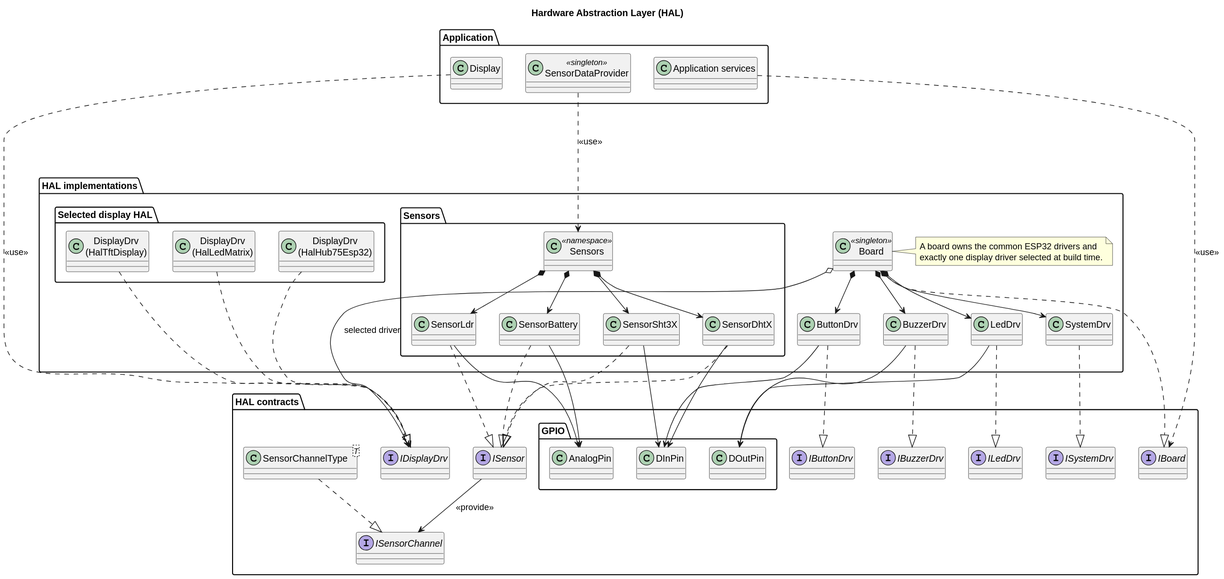
Earlier version of the PlantUML export doc/architecture/svg/hal.svg (BlueAndi/Pixelix). Source of this version:
```plantuml
@startuml
title Hardware Abstraction Layer (HAL)

package "HAL contracts" as contractsPkg {

    package "GPIO" as gpioPkg {
        class "DOutPin" as dOutPin
        class "DInPin" as dInPin
        class "AnalogPin" as analogPin
    }

    interface "IBoard" as iBoard
    interface "IDisplayDrv" as iDisplayDrv
    interface "IButtonDrv" as iButtonDrv
    interface "IBuzzerDrv" as iBuzzerDrv
    interface "ILedDrv" as iLedDrv
    interface "ISystemDrv" as iSystemDrv
    interface "ISensor" as iSensor
    interface "ISensorChannel" as iSensorChannel

    class "SensorChannelType<T>" as sensorChannelType
    sensorChannelType ..|> iSensorChannel
    iSensor --> iSensorChannel: <<provide>>
}

package "HAL implementations" as halPkg {

    class "Board" as board <<singleton>>
    class "ButtonDrv" as buttonDrv
    class "BuzzerDrv" as buzzerDrv
    class "LedDrv" as ledDrv
    class "SystemDrv" as systemDrv

    package "Selected display HAL" as displayHalPkg {
        class "DisplayDrv\n(HalLedMatrix)" as ledMatrixDisplayDrv
        class "DisplayDrv\n(HalHub75Esp32)" as hub75DisplayDrv
        class "DisplayDrv\n(HalTftDisplay)" as tftDisplayDrv
    }

    package "Sensors" as sensorsPkg {
        class "Sensors" as sensors <<namespace>>
        class "SensorBattery" as sensorBattery
        class "SensorDhtX" as sensorDhtX
        class "SensorLdr" as sensorLdr
        class "SensorSht3X" as sensorSht3X
    }

    note right of board
        A board owns the common ESP32 drivers and
        exactly one display driver selected at build time.
    end note

    board ..|> iBoard
    board *--> buttonDrv
    board *--> buzzerDrv
    board *--> ledDrv
    board *--> systemDrv
    board o--> "1" iDisplayDrv: selected driver

    buttonDrv ..|> iButtonDrv
    buzzerDrv ..|> iBuzzerDrv
    ledDrv ..|> iLedDrv
    systemDrv ..|> iSystemDrv
    ledMatrixDisplayDrv ..|> iDisplayDrv
    hub75DisplayDrv ..|> iDisplayDrv
    tftDisplayDrv ..|> iDisplayDrv

    buttonDrv --> dInPin
    buzzerDrv --> dOutPin
    ledDrv --> dOutPin
    sensorBattery --> analogPin
    sensorDhtX --> dInPin
    sensorLdr --> analogPin
    sensorSht3X --> dInPin

    sensors *--> sensorBattery
    sensors *--> sensorDhtX
    sensors *--> sensorLdr
    sensors *--> sensorSht3X
    sensorBattery ..|> iSensor
    sensorDhtX ..|> iSensor
    sensorLdr ..|> iSensor
    sensorSht3X ..|> iSensor
}

package "Application" as appPkg {
    class "Display" as display
    class "SensorDataProvider" as sensorDataProvider <<singleton>>
    class "Application services" as app
}

display ....> iDisplayDrv: <<use>>
app ....> iBoard: <<use>>
sensorDataProvider ...> sensors: <<use>>
@enduml
```
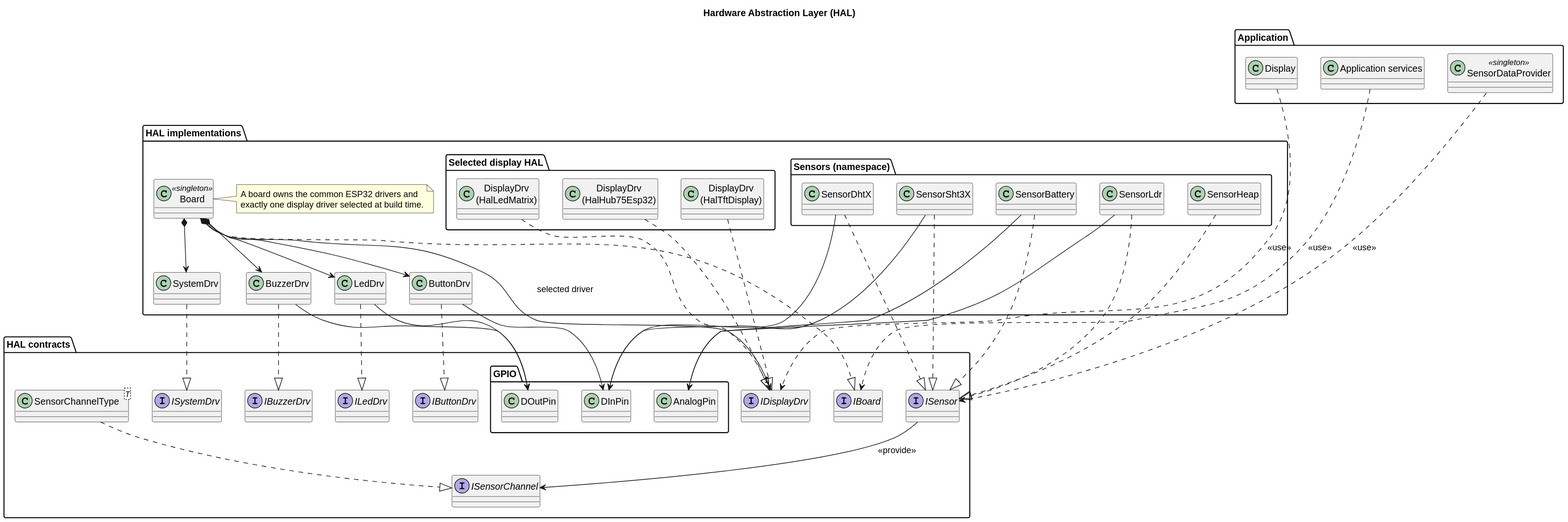
The same diagram one commit later.

Diff of the diagram source:
```diff
@@ -1,5 +1,6 @@
 @startuml
 title Hardware Abstraction Layer (HAL)
+
 
 package "HAL contracts" as contractsPkg {
 
@@ -37,10 +38,10 @@
         class "DisplayDrv\n(HalTftDisplay)" as tftDisplayDrv
     }
 
-    package "Sensors" as sensorsPkg {
-        class "Sensors" as sensors <<namespace>>
+    package "Sensors (namespace)" as sensorsPkg {
         class "SensorBattery" as sensorBattery
         class "SensorDhtX" as sensorDhtX
+        class "SensorHeap" as sensorHeap
         class "SensorLdr" as sensorLdr
         class "SensorSht3X" as sensorSht3X
     }
@@ -73,14 +74,11 @@
     sensorLdr --> analogPin
     sensorSht3X --> dInPin
 
-    sensors *--> sensorBattery
-    sensors *--> sensorDhtX
-    sensors *--> sensorLdr
-    sensors *--> sensorSht3X
     sensorBattery ..|> iSensor
     sensorDhtX ..|> iSensor
     sensorLdr ..|> iSensor
     sensorSht3X ..|> iSensor
+    sensorHeap ..|> iSensor
 }
 
 package "Application" as appPkg {
@@ -91,5 +89,5 @@
 
 display ....> iDisplayDrv: <<use>>
 app ....> iBoard: <<use>>
-sensorDataProvider ...> sensors: <<use>>
+sensorDataProvider ...> iSensor: <<use>>
 @enduml
```
